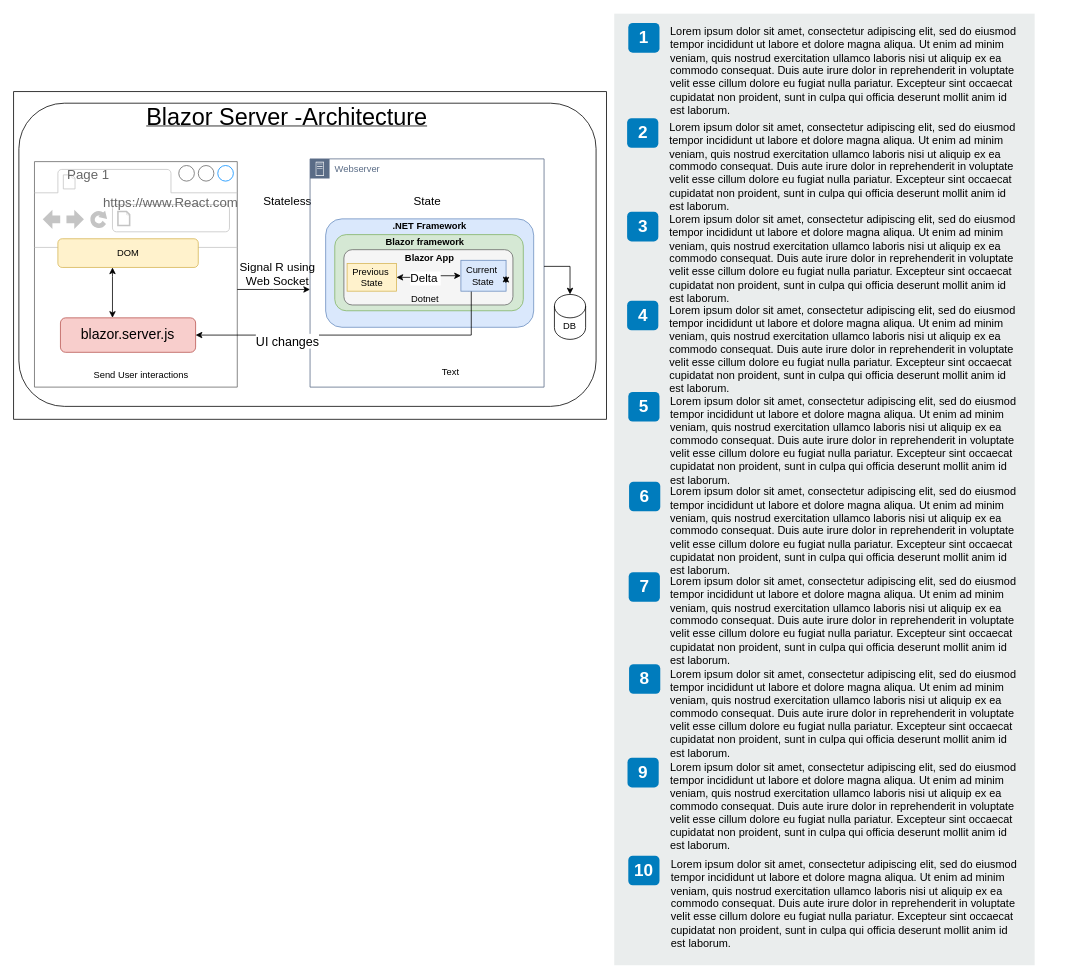
Above: page "Blazor Server-Architecture" (4 of 9) of Untitled Diagram.drawio in KollaRajesh/AzTech-Blazor (draw.io), before the change. Source tidied: cells renumbered, new cells numbered last; positions are measured from the earlier drawing's top-left corner, leaving out a move shared by most shapes. Both pictures are drawn from the tidied source at 78%, with x=0, y=0 at pixel (13, 13).
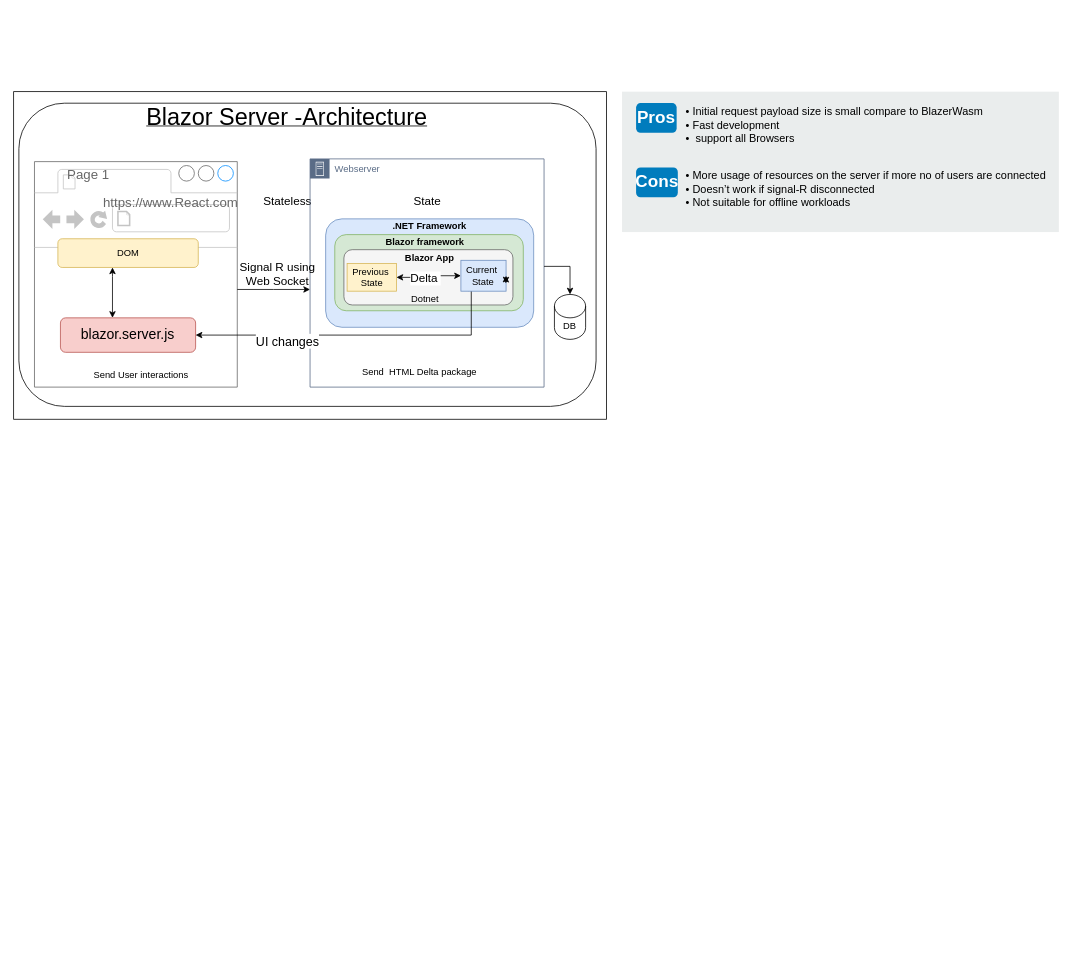
After the change.

Unchanged cells that the change refers to:
```xml
<mxCell id="23" style="group;" parent="1" vertex="1">
  <mxGeometry y="100" width="760" height="420" as="geometry" />
</mxCell>
```

The edit, as a diff of the source:
```diff
@@
     <mxCell id="2" style="rounded=0;whiteSpace=wrap;html=1;fillColor=#EAEDED;fontSize=22;fontColor=#FFFFFF;strokeColor=none;labelBackgroundColor=none;" parent="1" vertex="1">
-      <mxGeometry x="770" width="539" height="1220" as="geometry" />
+      <mxGeometry x="780" y="100" width="560" height="180" as="geometry" />
     </mxCell>
-    <mxCell id="3" value="1" style="rounded=1;whiteSpace=wrap;html=1;fillColor=#007CBD;strokeColor=none;fontColor=#FFFFFF;fontStyle=1;fontSize=22;labelBackgroundColor=none;" parent="1" vertex="1">
-      <mxGeometry x="788" y="12" width="40" height="38" as="geometry" />
+    <mxCell id="3" value="Pros" style="rounded=1;whiteSpace=wrap;html=1;fillColor=#007CBD;strokeColor=none;fontColor=#FFFFFF;fontStyle=1;fontSize=22;labelBackgroundColor=none;" parent="1" vertex="1">
+      <mxGeometry x="798" y="114.7" width="52" height="38" as="geometry" />
     </mxCell>
-    <mxCell id="4" value="2" style="rounded=1;whiteSpace=wrap;html=1;fillColor=#007CBD;strokeColor=none;fontColor=#FFFFFF;fontStyle=1;fontSize=22;labelBackgroundColor=none;" parent="1" vertex="1">
-      <mxGeometry x="786.5" y="134" width="40" height="38" as="geometry" />
+    <mxCell id="4" value="Cons" style="rounded=1;whiteSpace=wrap;html=1;fillColor=#007CBD;strokeColor=none;fontColor=#FFFFFF;fontStyle=1;fontSize=22;labelBackgroundColor=none;" parent="1" vertex="1">
+      <mxGeometry x="798" y="197.3" width="53.5" height="38" as="geometry" />
     </mxCell>
-    <mxCell id="5" value="3" style="rounded=1;whiteSpace=wrap;html=1;fillColor=#007CBD;strokeColor=none;fontColor=#FFFFFF;fontStyle=1;fontSize=22;labelBackgroundColor=none;" parent="1" vertex="1">
-      <mxGeometry x="786.5" y="254" width="40" height="38" as="geometry" />
-    </mxCell>
-    <mxCell id="6" value="4" style="rounded=1;whiteSpace=wrap;html=1;fillColor=#007CBD;strokeColor=none;fontColor=#FFFFFF;fontStyle=1;fontSize=22;labelBackgroundColor=none;" parent="1" vertex="1">
-      <mxGeometry x="786.5" y="368" width="40" height="38" as="geometry" />
-    </mxCell>
-    <mxCell id="7" value="5" style="rounded=1;whiteSpace=wrap;html=1;fillColor=#007CBD;strokeColor=none;fontColor=#FFFFFF;fontStyle=1;fontSize=22;labelBackgroundColor=none;" parent="1" vertex="1">
-      <mxGeometry x="788" y="485" width="40" height="38" as="geometry" />
-    </mxCell>
-    <mxCell id="8" value="6" style="rounded=1;whiteSpace=wrap;html=1;fillColor=#007CBD;strokeColor=none;fontColor=#FFFFFF;fontStyle=1;fontSize=22;labelBackgroundColor=none;" parent="1" vertex="1">
-      <mxGeometry x="789" y="600" width="40" height="38" as="geometry" />
-    </mxCell>
-    <mxCell id="9" value="7" style="rounded=1;whiteSpace=wrap;html=1;fillColor=#007CBD;strokeColor=none;fontColor=#FFFFFF;fontStyle=1;fontSize=22;labelBackgroundColor=none;" parent="1" vertex="1">
-      <mxGeometry x="788.5" y="716" width="40" height="38" as="geometry" />
-    </mxCell>
-    <mxCell id="10" value="8" style="rounded=1;whiteSpace=wrap;html=1;fillColor=#007CBD;strokeColor=none;fontColor=#FFFFFF;fontStyle=1;fontSize=22;labelBackgroundColor=none;" parent="1" vertex="1">
-      <mxGeometry x="789" y="834" width="40" height="38" as="geometry" />
-    </mxCell>
-    <mxCell id="11" value="9" style="rounded=1;whiteSpace=wrap;html=1;fillColor=#007CBD;strokeColor=none;fontColor=#FFFFFF;fontStyle=1;fontSize=22;labelBackgroundColor=none;" parent="1" vertex="1">
-      <mxGeometry x="787" y="954" width="40" height="38" as="geometry" />
-    </mxCell>
-    <mxCell id="12" value="&lt;span&gt;Lorem ipsum dolor sit amet, consectetur adipiscing elit, sed do eiusmod tempor incididunt ut labore et dolore magna aliqua. Ut enim ad minim veniam, quis nostrud exercitation ullamco laboris nisi ut aliquip ex ea commodo consequat. Duis aute irure dolor in reprehenderit in voluptate velit esse cillum dolore eu fugiat nulla pariatur. Excepteur sint occaecat cupidatat non proident, sunt in culpa qui officia deserunt mollit anim id est laborum.&lt;/span&gt;&lt;br&gt;" style="text;html=1;align=left;verticalAlign=top;spacingTop=-4;fontSize=14;labelBackgroundColor=none;whiteSpace=wrap;" parent="1" vertex="1">
-      <mxGeometry x="839.5" y="11.5" width="449" height="118" as="geometry" />
+    <mxCell id="12" value="&lt;div&gt;• Initial request payload size is small compare to BlazerWasm&lt;/div&gt;&lt;div&gt;• Fast development&amp;nbsp;&lt;/div&gt;&lt;div&gt;•&amp;nbsp; support all Browsers&lt;/div&gt;&lt;div&gt;&lt;br&gt;&lt;/div&gt;" style="text;html=1;align=left;verticalAlign=top;spacingTop=-4;fontSize=14;labelBackgroundColor=none;whiteSpace=wrap;" parent="1" vertex="1">
+      <mxGeometry x="860" y="114.7" width="449" height="118" as="geometry" />
     </mxCell>
-    <mxCell id="13" value="&lt;span&gt;Lorem ipsum dolor sit amet, consectetur adipiscing elit, sed do eiusmod tempor incididunt ut labore et dolore magna aliqua. Ut enim ad minim veniam, quis nostrud exercitation ullamco laboris nisi ut aliquip ex ea commodo consequat. Duis aute irure dolor in reprehenderit in voluptate velit esse cillum dolore eu fugiat nulla pariatur. Excepteur sint occaecat cupidatat non proident, sunt in culpa qui officia deserunt mollit anim id est laborum.&lt;/span&gt;&lt;br&gt;" style="text;html=1;align=left;verticalAlign=top;spacingTop=-4;fontSize=14;labelBackgroundColor=none;whiteSpace=wrap;" parent="1" vertex="1">
-      <mxGeometry x="838.5" y="134.5" width="450" height="115" as="geometry" />
+    <mxCell id="13" value="&lt;div&gt;&lt;span&gt;•&lt;/span&gt;&lt;span&gt; &lt;/span&gt;&lt;span&gt;More usage of resources on the server if more no of users are connected&lt;/span&gt;&lt;/div&gt;&lt;div&gt;• Doesn’t work if signal-R disconnected&amp;nbsp;&lt;/div&gt;&lt;div&gt;• Not suitable for offline workloads&lt;/div&gt;" style="text;html=1;align=left;verticalAlign=top;spacingTop=-4;fontSize=14;labelBackgroundColor=none;whiteSpace=wrap;" parent="1" vertex="1">
+      <mxGeometry x="860" y="197.3" width="500" height="115" as="geometry" />
     </mxCell>
-    <mxCell id="14" value="&lt;span&gt;Lorem ipsum dolor sit amet, consectetur adipiscing elit, sed do eiusmod tempor incididunt ut labore et dolore magna aliqua. Ut enim ad minim veniam, quis nostrud exercitation ullamco laboris nisi ut aliquip ex ea commodo consequat. Duis aute irure dolor in reprehenderit in voluptate velit esse cillum dolore eu fugiat nulla pariatur. Excepteur sint occaecat cupidatat non proident, sunt in culpa qui officia deserunt mollit anim id est laborum.&lt;/span&gt;&lt;br&gt;" style="text;html=1;align=left;verticalAlign=top;spacingTop=-4;fontSize=14;labelBackgroundColor=none;whiteSpace=wrap;" parent="1" vertex="1">
-      <mxGeometry x="838.5" y="252.5" width="450" height="117" as="geometry" />
-    </mxCell>
-    <mxCell id="15" value="&lt;span&gt;Lorem ipsum dolor sit amet, consectetur adipiscing elit, sed do eiusmod tempor incididunt ut labore et dolore magna aliqua. Ut enim ad minim veniam, quis nostrud exercitation ullamco laboris nisi ut aliquip ex ea commodo consequat. Duis aute irure dolor in reprehenderit in voluptate velit esse cillum dolore eu fugiat nulla pariatur. Excepteur sint occaecat cupidatat non proident, sunt in culpa qui officia deserunt mollit anim id est laborum.&lt;/span&gt;&lt;br&gt;" style="text;html=1;align=left;verticalAlign=top;spacingTop=-4;fontSize=14;labelBackgroundColor=none;whiteSpace=wrap;" parent="1" vertex="1">
-      <mxGeometry x="838.5" y="368.5" width="450" height="121" as="geometry" />
-    </mxCell>
-    <mxCell id="16" value="&lt;span&gt;Lorem ipsum dolor sit amet, consectetur adipiscing elit, sed do eiusmod tempor incididunt ut labore et dolore magna aliqua. Ut enim ad minim veniam, quis nostrud exercitation ullamco laboris nisi ut aliquip ex ea commodo consequat. Duis aute irure dolor in reprehenderit in voluptate velit esse cillum dolore eu fugiat nulla pariatur. Excepteur sint occaecat cupidatat non proident, sunt in culpa qui officia deserunt mollit anim id est laborum.&lt;/span&gt;&lt;br&gt;" style="text;html=1;align=left;verticalAlign=top;spacingTop=-4;fontSize=14;labelBackgroundColor=none;whiteSpace=wrap;" parent="1" vertex="1">
-      <mxGeometry x="839.5" y="485.5" width="449" height="114" as="geometry" />
-    </mxCell>
-    <mxCell id="17" value="&lt;span&gt;Lorem ipsum dolor sit amet, consectetur adipiscing elit, sed do eiusmod tempor incididunt ut labore et dolore magna aliqua. Ut enim ad minim veniam, quis nostrud exercitation ullamco laboris nisi ut aliquip ex ea commodo consequat. Duis aute irure dolor in reprehenderit in voluptate velit esse cillum dolore eu fugiat nulla pariatur. Excepteur sint occaecat cupidatat non proident, sunt in culpa qui officia deserunt mollit anim id est laborum.&lt;/span&gt;&lt;br&gt;" style="text;html=1;align=left;verticalAlign=top;spacingTop=-4;fontSize=14;labelBackgroundColor=none;whiteSpace=wrap;" parent="1" vertex="1">
-      <mxGeometry x="839.5" y="601.5" width="450" height="118" as="geometry" />
-    </mxCell>
-    <mxCell id="18" value="&lt;span&gt;Lorem ipsum dolor sit amet, consectetur adipiscing elit, sed do eiusmod tempor incididunt ut labore et dolore magna aliqua. Ut enim ad minim veniam, quis nostrud exercitation ullamco laboris nisi ut aliquip ex ea commodo consequat. Duis aute irure dolor in reprehenderit in voluptate velit esse cillum dolore eu fugiat nulla pariatur. Excepteur sint occaecat cupidatat non proident, sunt in culpa qui officia deserunt mollit anim id est laborum.&lt;/span&gt;&lt;br&gt;" style="text;html=1;align=left;verticalAlign=top;spacingTop=-4;fontSize=14;labelBackgroundColor=none;whiteSpace=wrap;" parent="1" vertex="1">
-      <mxGeometry x="839.5" y="716.5" width="449" height="113" as="geometry" />
-    </mxCell>
-    <mxCell id="19" value="&lt;span&gt;Lorem ipsum dolor sit amet, consectetur adipiscing elit, sed do eiusmod tempor incididunt ut labore et dolore magna aliqua. Ut enim ad minim veniam, quis nostrud exercitation ullamco laboris nisi ut aliquip ex ea commodo consequat. Duis aute irure dolor in reprehenderit in voluptate velit esse cillum dolore eu fugiat nulla pariatur. Excepteur sint occaecat cupidatat non proident, sunt in culpa qui officia deserunt mollit anim id est laborum.&lt;/span&gt;&lt;br&gt;" style="text;html=1;align=left;verticalAlign=top;spacingTop=-4;fontSize=14;labelBackgroundColor=none;whiteSpace=wrap;" parent="1" vertex="1">
-      <mxGeometry x="839.5" y="835.5" width="449" height="124" as="geometry" />
-    </mxCell>
-    <mxCell id="20" value="&lt;span&gt;Lorem ipsum dolor sit amet, consectetur adipiscing elit, sed do eiusmod tempor incididunt ut labore et dolore magna aliqua. Ut enim ad minim veniam, quis nostrud exercitation ullamco laboris nisi ut aliquip ex ea commodo consequat. Duis aute irure dolor in reprehenderit in voluptate velit esse cillum dolore eu fugiat nulla pariatur. Excepteur sint occaecat cupidatat non proident, sunt in culpa qui officia deserunt mollit anim id est laborum.&lt;/span&gt;&lt;br&gt;" style="text;html=1;align=left;verticalAlign=top;spacingTop=-4;fontSize=14;labelBackgroundColor=none;whiteSpace=wrap;" parent="1" vertex="1">
-      <mxGeometry x="839.5" y="954.5" width="449" height="115" as="geometry" />
-    </mxCell>
-    <mxCell id="21" value="10" style="rounded=1;whiteSpace=wrap;html=1;fillColor=#007CBD;strokeColor=none;fontColor=#FFFFFF;fontStyle=1;fontSize=22;labelBackgroundColor=none;" parent="1" vertex="1">
-      <mxGeometry x="788" y="1079.5" width="40" height="38" as="geometry" />
-    </mxCell>
-    <mxCell id="22" value="&lt;span&gt;Lorem ipsum dolor sit amet, consectetur adipiscing elit, sed do eiusmod tempor incididunt ut labore et dolore magna aliqua. Ut enim ad minim veniam, quis nostrud exercitation ullamco laboris nisi ut aliquip ex ea commodo consequat. Duis aute irure dolor in reprehenderit in voluptate velit esse cillum dolore eu fugiat nulla pariatur. Excepteur sint occaecat cupidatat non proident, sunt in culpa qui officia deserunt mollit anim id est laborum.&lt;/span&gt;&lt;br&gt;" style="text;html=1;align=left;verticalAlign=top;spacingTop=-4;fontSize=14;labelBackgroundColor=none;whiteSpace=wrap;" parent="1" vertex="1">
-      <mxGeometry x="840.5" y="1080" width="449" height="115" as="geometry" />
-    </mxCell>
@@
-    <mxCell id="52" value="Text" style="text;html=1;align=center;verticalAlign=middle;fillColor=none;strokeColor=none;rounded=0;" parent="23" vertex="1">
-      <mxGeometry x="540" y="350" width="40" height="20" as="geometry" />
+    <mxCell id="52" value="Send&amp;nbsp; HTML Delta package" style="text;html=1;align=center;verticalAlign=middle;fillColor=none;strokeColor=none;rounded=0;" parent="23" vertex="1">
+      <mxGeometry x="440" y="350" width="160" height="20" as="geometry" />
     </mxCell>
```
